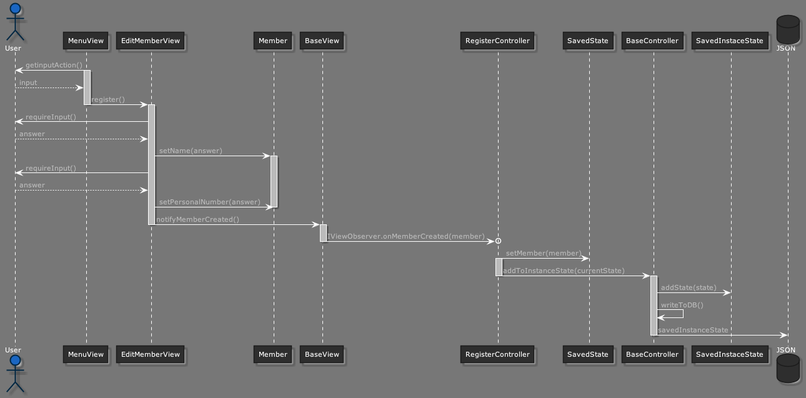
This is diagrams/addMember.png from clundstrom/mvc_pirates, a PlantUML export, as it was before one commit.
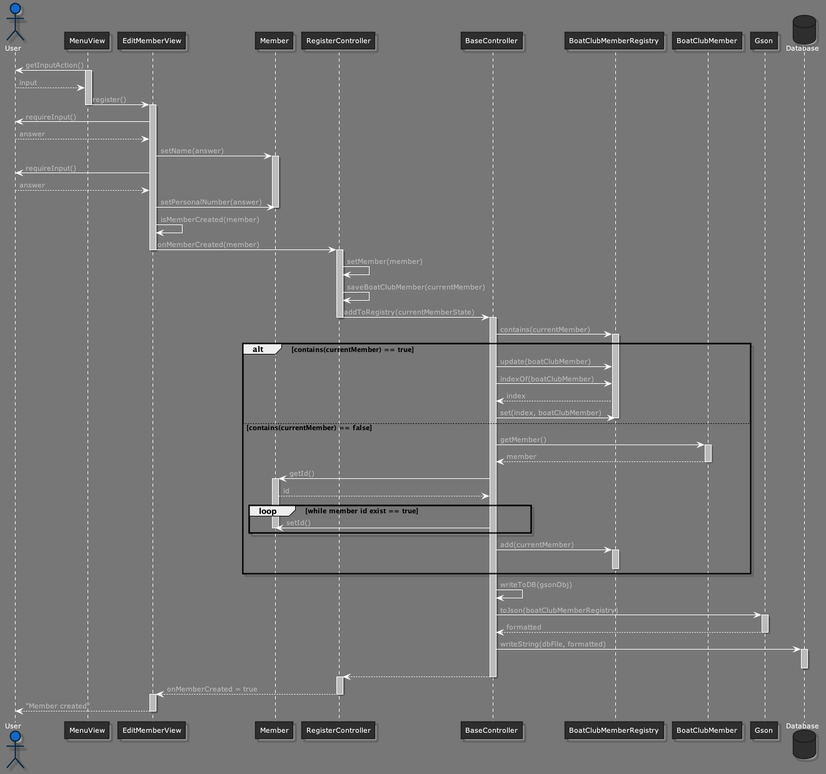
Above is the later version.

Commit message:
changed some variable names and added addMember diagram

Change to the diagram source:
```diff
@@ -264,7 +264,7 @@
 }
 
 actor User
-User <- MenuView : getinputAction()
+User <- MenuView : getInputAction()
 activate MenuView
 User --> MenuView : input
 MenuView -> EditMemberView : register()
@@ -279,23 +279,62 @@
 User --> EditMemberView : answer
 EditMemberView -> Member : setPersonalNumber(answer)
 deactivate Member
-EditMemberView -> BaseView : notifyMemberCreated()
+
+EditMemberView -> EditMemberView : isMemberCreated(member)
+EditMemberView -> RegisterController : onMemberCreated(member)
 deactivate EditMemberView
-activate BaseView
 
-BaseView ->o RegisterController : IViewObserver.onMemberCreated(member)
-
-deactivate BaseView
-RegisterController -> SavedState : setMember(member)
 activate RegisterController
-RegisterController -> BaseController : addToInstanceState(currentState)
+RegisterController -> RegisterController : setMember(member)
+RegisterController -> RegisterController : saveBoatClubMember(currentMember)
+RegisterController -> BaseController : addToRegistry(currentMemberState)
 deactivate RegisterController
 activate BaseController
-BaseController -> SavedInstaceState : addState(state)
-BaseController -> BaseController : writeToDB()
-database JSON
-BaseController -> JSON : savedInstanceState
+BaseController -> BoatClubMemberRegistry : contains(currentMember)
+alt contains(currentMember) == true
+activate BoatClubMemberRegistry
+
+BaseController -> BoatClubMemberRegistry : update(boatClubMember)
+BaseController-> BoatClubMemberRegistry : indexOf(boatClubMember)
+BoatClubMemberRegistry --> BaseController : index
+BaseController -> BoatClubMemberRegistry : set(index, boatClubMember)
+deactivate BoatClubMemberRegistry
+else contains(currentMember) == false
+
+BaseController -> BoatClubMember : getMember()
+activate BoatClubMember
+BoatClubMember --> BaseController : member
+deactivate BoatClubMember
+BaseController -> Member : getId()
+activate Member
+Member --> BaseController : id
+
+loop while member id exist == true
+BaseController -> Member : setId()
+deactivate Member
+end
+BaseController -> BoatClubMemberRegistry : add(currentMember)
+activate BoatClubMemberRegistry
+deactivate BoatClubMemberRegistry
+end
+BaseController -> BaseController : writeToDB(gsonObj)
+
+BaseController -> Gson : toJson(boatClubMemberRegistry)
+activate Gson
+Gson --> BaseController : formatted
+deactivate Gson
+database Database
+BaseController -> Database : writeString(dbFile, formatted)
+activate Database
+deactivate Database
+
+BaseController --> RegisterController
 deactivate BaseController
-
+activate RegisterController
+RegisterController --> EditMemberView : onMemberCreated = true
+deactivate RegisterController
+activate EditMemberView
+EditMemberView --> User : "Member created"
+deactivate EditMemberView
 
 @enduml
```
